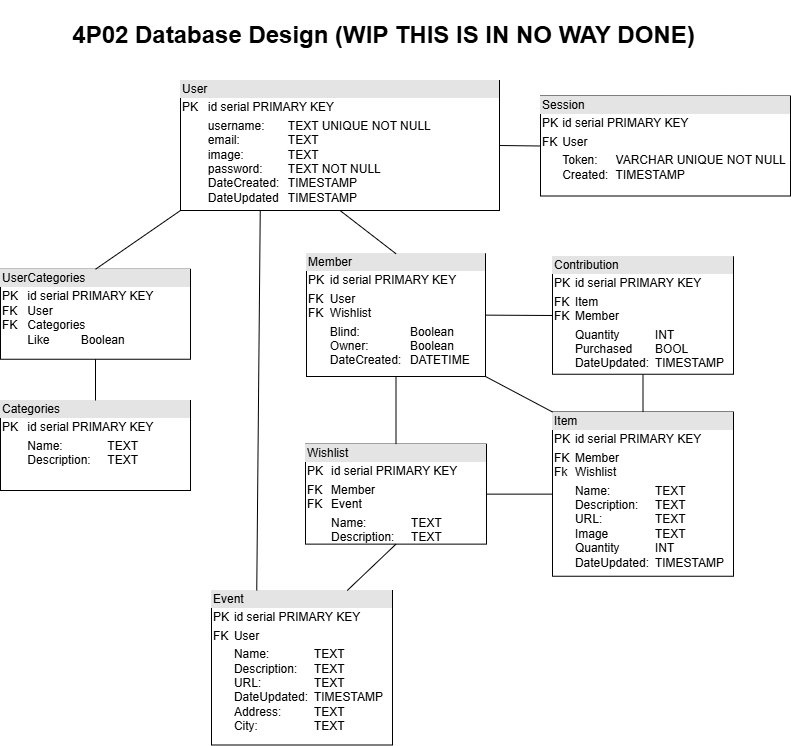
The draw.io diagram backend/4P02-Database-UML.png in Nicholas-Parise/4P02-course-project, before a commit. Source tidied: cells renumbered, new cells last; positions are measured from the earlier drawing's top-left corner, leaving out a move shared by most shapes.
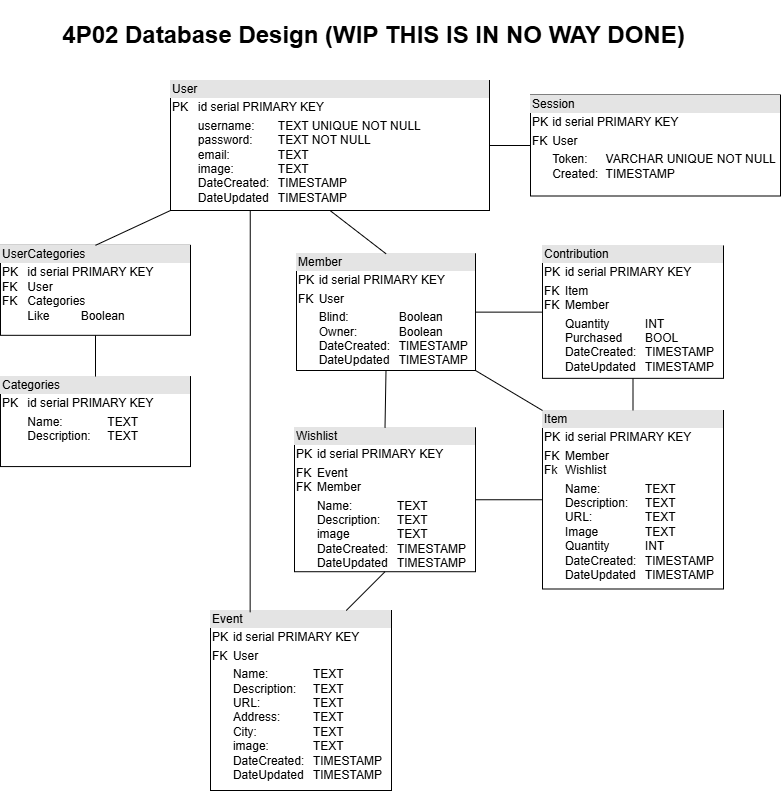
After the change.

Change to the diagram source:
```diff
@@ -2,17 +2,17 @@
   <root>
     <mxCell id="0" />
     <mxCell id="1" parent="0" />
-    <mxCell id="2" value="&lt;div style=&quot;box-sizing: border-box; width: 100%; background: rgb(228, 228, 228); padding: 2px;&quot;&gt;User&lt;/div&gt;&lt;table style=&quot;width:100%;font-size:1em;&quot; cellpadding=&quot;2&quot; cellspacing=&quot;0&quot;&gt;&lt;tbody&gt;&lt;tr&gt;&lt;td&gt;PK&lt;/td&gt;&lt;td&gt;id serial PRIMARY KEY&lt;/td&gt;&lt;/tr&gt;&lt;tr&gt;&lt;td&gt;&lt;br&gt;&lt;/td&gt;&lt;td&gt;username:&lt;span style=&quot;white-space: pre;&quot;&gt;&#9;&lt;/span&gt;TEXT&amp;nbsp;UNIQUE NOT NULL&lt;br&gt;email:&amp;nbsp;&lt;span style=&quot;white-space: pre;&quot;&gt;&#9;&lt;/span&gt;&lt;span style=&quot;white-space: pre;&quot;&gt;&#9;&lt;/span&gt;TEXT&lt;br&gt;image:&lt;span style=&quot;white-space: pre;&quot;&gt;&#9;&lt;/span&gt;&lt;span style=&quot;white-space: pre;&quot;&gt;&#9;&lt;/span&gt;TEXT&lt;br&gt;password:&lt;span style=&quot;white-space: pre;&quot;&gt;&#9;&lt;/span&gt;TEXT&amp;nbsp;NOT NULL&lt;br&gt;DateCreated:&lt;span style=&quot;white-space: pre;&quot;&gt;&#9;&lt;/span&gt;TIMESTAMP&lt;br&gt;DateUpdated&lt;span style=&quot;white-space: pre;&quot;&gt;&#9;&lt;/span&gt;TIMESTAMP&lt;/td&gt;&lt;/tr&gt;&lt;/tbody&gt;&lt;/table&gt;" style="verticalAlign=top;align=left;overflow=fill;html=1;whiteSpace=wrap;" parent="1" vertex="1">
+    <mxCell id="2" value="&lt;div style=&quot;box-sizing: border-box; width: 100%; background: rgb(228, 228, 228); padding: 2px;&quot;&gt;User&lt;/div&gt;&lt;table style=&quot;width:100%;font-size:1em;&quot; cellpadding=&quot;2&quot; cellspacing=&quot;0&quot;&gt;&lt;tbody&gt;&lt;tr&gt;&lt;td&gt;PK&lt;/td&gt;&lt;td&gt;id serial PRIMARY KEY&lt;/td&gt;&lt;/tr&gt;&lt;tr&gt;&lt;td&gt;&lt;br&gt;&lt;/td&gt;&lt;td&gt;username:&lt;span style=&quot;white-space: pre;&quot;&gt;&#9;&lt;/span&gt;TEXT&amp;nbsp;UNIQUE NOT NULL&lt;br&gt;password:&lt;span style=&quot;white-space: pre;&quot;&gt;&#9;&lt;/span&gt;TEXT&amp;nbsp;NOT NULL&lt;br&gt;email:&amp;nbsp;&lt;span style=&quot;white-space: pre;&quot;&gt;&#9;&lt;/span&gt;&lt;span style=&quot;white-space: pre;&quot;&gt;&#9;&lt;/span&gt;TEXT&lt;br&gt;image:&lt;span style=&quot;white-space: pre;&quot;&gt;&#9;&lt;/span&gt;&lt;span style=&quot;white-space: pre;&quot;&gt;&#9;&lt;/span&gt;TEXT&lt;br&gt;DateCreated:&lt;span style=&quot;white-space: pre;&quot;&gt;&#9;&lt;/span&gt;TIMESTAMP&lt;br&gt;DateUpdated&lt;span style=&quot;white-space: pre;&quot;&gt;&#9;&lt;/span&gt;TIMESTAMP&lt;/td&gt;&lt;/tr&gt;&lt;/tbody&gt;&lt;/table&gt;" style="verticalAlign=top;align=left;overflow=fill;html=1;whiteSpace=wrap;" parent="1" vertex="1">
       <mxGeometry x="180" y="80" width="319" height="130" as="geometry" />
     </mxCell>
-    <mxCell id="3" value="&lt;div style=&quot;box-sizing: border-box; width: 100%; background: rgb(228, 228, 228); padding: 2px;&quot;&gt;Item&lt;/div&gt;&lt;table style=&quot;width:100%;font-size:1em;&quot; cellpadding=&quot;2&quot; cellspacing=&quot;0&quot;&gt;&lt;tbody&gt;&lt;tr&gt;&lt;td&gt;PK&lt;/td&gt;&lt;td&gt;id serial PRIMARY KEY&lt;br&gt;&lt;/td&gt;&lt;/tr&gt;&lt;tr&gt;&lt;td&gt;FK&lt;br&gt;Fk&lt;/td&gt;&lt;td&gt;Member&lt;br&gt;Wishlist&lt;/td&gt;&lt;/tr&gt;&lt;tr&gt;&lt;td&gt;&lt;br&gt;&lt;/td&gt;&lt;td&gt;Name:&lt;span style=&quot;white-space: pre;&quot;&gt;&#9;&lt;span style=&quot;white-space: pre;&quot;&gt;&#9;&lt;/span&gt;&lt;/span&gt;TEXT&lt;br&gt;Description:&lt;span style=&quot;white-space: pre;&quot;&gt;&#9;&lt;/span&gt;TEXT&lt;br&gt;URL:&lt;span style=&quot;white-space: pre;&quot;&gt;&#9;&lt;span style=&quot;white-space: pre;&quot;&gt;&#9;&lt;/span&gt;&lt;/span&gt;TEXT&lt;br&gt;Image&lt;span style=&quot;white-space: pre;&quot;&gt;&#9;&lt;/span&gt;&lt;span style=&quot;white-space: pre;&quot;&gt;&#9;&lt;/span&gt;TEXT&lt;br&gt;Quantity&lt;span style=&quot;white-space: pre;&quot;&gt;&#9;&lt;/span&gt;&lt;span style=&quot;white-space: pre;&quot;&gt;&#9;&lt;/span&gt;INT&lt;br&gt;DateUpdated:&lt;span style=&quot;white-space: pre;&quot;&gt;&#9;&lt;/span&gt;TIMESTAMP&lt;/td&gt;&lt;/tr&gt;&lt;/tbody&gt;&lt;/table&gt;" style="verticalAlign=top;align=left;overflow=fill;html=1;whiteSpace=wrap;" parent="1" vertex="1">
-      <mxGeometry x="552" y="411.5" width="181" height="164.2" as="geometry" />
+    <mxCell id="3" value="&lt;div style=&quot;box-sizing: border-box; width: 100%; background: rgb(228, 228, 228); padding: 2px;&quot;&gt;Item&lt;/div&gt;&lt;table style=&quot;width:100%;font-size:1em;&quot; cellpadding=&quot;2&quot; cellspacing=&quot;0&quot;&gt;&lt;tbody&gt;&lt;tr&gt;&lt;td&gt;PK&lt;/td&gt;&lt;td&gt;id serial PRIMARY KEY&lt;br&gt;&lt;/td&gt;&lt;/tr&gt;&lt;tr&gt;&lt;td&gt;FK&lt;br&gt;Fk&lt;/td&gt;&lt;td&gt;Member&lt;br&gt;Wishlist&lt;/td&gt;&lt;/tr&gt;&lt;tr&gt;&lt;td&gt;&lt;br&gt;&lt;/td&gt;&lt;td&gt;Name:&lt;span style=&quot;white-space: pre;&quot;&gt;&#9;&lt;span style=&quot;white-space: pre;&quot;&gt;&#9;&lt;/span&gt;&lt;/span&gt;TEXT&lt;br&gt;Description:&lt;span style=&quot;white-space: pre;&quot;&gt;&#9;&lt;/span&gt;TEXT&lt;br&gt;URL:&lt;span style=&quot;white-space: pre;&quot;&gt;&#9;&lt;span style=&quot;white-space: pre;&quot;&gt;&#9;&lt;/span&gt;&lt;/span&gt;TEXT&lt;br&gt;Image&lt;span style=&quot;white-space: pre;&quot;&gt;&#9;&lt;/span&gt;&lt;span style=&quot;white-space: pre;&quot;&gt;&#9;&lt;/span&gt;TEXT&lt;br&gt;Quantity&lt;span style=&quot;white-space: pre;&quot;&gt;&#9;&lt;/span&gt;&lt;span style=&quot;white-space: pre;&quot;&gt;&#9;&lt;/span&gt;INT&lt;br&gt;DateCreated:&lt;span style=&quot;white-space: pre;&quot;&gt;&#9;&lt;/span&gt;TIMESTAMP&lt;br&gt;DateUpdated&lt;span style=&quot;white-space: pre;&quot;&gt;&#9;&lt;/span&gt;TIMESTAMP&lt;/td&gt;&lt;/tr&gt;&lt;/tbody&gt;&lt;/table&gt;" style="verticalAlign=top;align=left;overflow=fill;html=1;whiteSpace=wrap;" parent="1" vertex="1">
+      <mxGeometry x="552" y="410" width="181" height="178.5" as="geometry" />
     </mxCell>
     <mxCell id="4" value="&lt;div style=&quot;box-sizing: border-box; width: 100%; background: rgb(228, 228, 228); padding: 2px;&quot;&gt;Categories&lt;/div&gt;&lt;table style=&quot;width:100%;font-size:1em;&quot; cellpadding=&quot;2&quot; cellspacing=&quot;0&quot;&gt;&lt;tbody&gt;&lt;tr&gt;&lt;td&gt;PK&lt;br&gt;&lt;/td&gt;&lt;td&gt;id serial PRIMARY KEY&lt;br&gt;&lt;/td&gt;&lt;/tr&gt;&lt;tr&gt;&lt;td&gt;&lt;br&gt;&lt;/td&gt;&lt;td&gt;Name:&lt;span style=&quot;white-space: pre;&quot;&gt;&#9;&lt;span style=&quot;white-space: pre;&quot;&gt;&#9;&lt;/span&gt;&lt;/span&gt;TEXT&lt;br&gt;Description:&lt;span style=&quot;white-space: pre;&quot;&gt;&#9;&lt;/span&gt;TEXT&lt;br&gt;&lt;/td&gt;&lt;/tr&gt;&lt;tr&gt;&lt;td&gt;&lt;/td&gt;&lt;td&gt;&lt;br&gt;&lt;/td&gt;&lt;/tr&gt;&lt;/tbody&gt;&lt;/table&gt;" style="verticalAlign=top;align=left;overflow=fill;html=1;whiteSpace=wrap;" parent="1" vertex="1">
-      <mxGeometry y="400" width="190" height="90" as="geometry" />
+      <mxGeometry x="10" y="376.1" width="190" height="90" as="geometry" />
     </mxCell>
     <mxCell id="5" value="&lt;div style=&quot;box-sizing: border-box; width: 100%; background: rgb(228, 228, 228); padding: 2px;&quot;&gt;UserCategories&lt;/div&gt;&lt;table style=&quot;width:100%;font-size:1em;&quot; cellpadding=&quot;2&quot; cellspacing=&quot;0&quot;&gt;&lt;tbody&gt;&lt;tr&gt;&lt;td&gt;PK&lt;br&gt;FK&lt;br&gt;FK&lt;br&gt;&lt;br&gt;&lt;/td&gt;&lt;td&gt;id serial PRIMARY KEY&lt;br&gt;User&lt;br&gt;Categories&lt;br&gt;Like&lt;span style=&quot;white-space: pre;&quot;&gt;&#9;&lt;/span&gt;&lt;span style=&quot;white-space: pre;&quot;&gt;&#9;&lt;/span&gt;Boolean&lt;/td&gt;&lt;/tr&gt;&lt;tr&gt;&lt;td&gt;&lt;/td&gt;&lt;td&gt;&lt;br&gt;&lt;/td&gt;&lt;/tr&gt;&lt;/tbody&gt;&lt;/table&gt;" style="verticalAlign=top;align=left;overflow=fill;html=1;whiteSpace=wrap;" parent="1" vertex="1">
-      <mxGeometry y="268.8" width="190" height="90" as="geometry" />
+      <mxGeometry x="10" y="244.8" width="190" height="90" as="geometry" />
     </mxCell>
     <mxCell id="6" style="endArrow=none;html=1;rounded=0;exitX=0;exitY=1;exitDx=0;exitDy=0;entryX=0.5;entryY=0;entryDx=0;entryDy=0;" parent="1" edge="1" source="2" target="5">
       <mxGeometry relative="1" as="geometry" />
@@ -24,28 +24,28 @@
       <mxGeometry relative="1" as="geometry" />
     </mxCell>
     <mxCell id="9" value="&lt;div style=&quot;box-sizing: border-box; width: 100%; background: rgb(228, 228, 228); padding: 2px;&quot;&gt;Session&lt;/div&gt;&lt;table style=&quot;width:100%;font-size:1em;&quot; cellpadding=&quot;2&quot; cellspacing=&quot;0&quot;&gt;&lt;tbody&gt;&lt;tr&gt;&lt;td&gt;PK&lt;/td&gt;&lt;td&gt;id serial PRIMARY KEY&lt;br&gt;&lt;/td&gt;&lt;/tr&gt;&lt;tr&gt;&lt;td&gt;FK&lt;br&gt;&lt;/td&gt;&lt;td&gt;User&lt;/td&gt;&lt;/tr&gt;&lt;tr&gt;&lt;td&gt;&lt;/td&gt;&lt;td&gt;Token:&lt;span style=&quot;white-space: pre;&quot;&gt;&lt;span style=&quot;white-space: pre;&quot;&gt;&#9;&lt;/span&gt;&lt;/span&gt;VARCHAR UNIQUE NOT NULL&lt;br&gt;Created:&amp;nbsp;&lt;span style=&quot;white-space: pre;&quot;&gt;&#9;&lt;/span&gt;TIMESTAMP&lt;/td&gt;&lt;/tr&gt;&lt;/tbody&gt;&lt;/table&gt;" style="verticalAlign=top;align=left;overflow=fill;html=1;whiteSpace=wrap;" parent="1" vertex="1">
-      <mxGeometry x="540" y="95.5" width="250" height="100" as="geometry" />
+      <mxGeometry x="540" y="94.5" width="250" height="101" as="geometry" />
     </mxCell>
     <mxCell id="10" style="endArrow=none;html=1;rounded=0;exitX=0;exitY=0.5;exitDx=0;exitDy=0;entryX=1;entryY=0.5;entryDx=0;entryDy=0;" parent="1" edge="1" source="9" target="2">
       <mxGeometry relative="1" as="geometry" />
     </mxCell>
-    <mxCell id="11" value="&lt;div style=&quot;box-sizing: border-box; width: 100%; background: rgb(228, 228, 228); padding: 2px;&quot;&gt;Member&lt;/div&gt;&lt;table style=&quot;width:100%;font-size:1em;&quot; cellpadding=&quot;2&quot; cellspacing=&quot;0&quot;&gt;&lt;tbody&gt;&lt;tr&gt;&lt;td&gt;PK&lt;/td&gt;&lt;td&gt;id serial PRIMARY KEY&lt;/td&gt;&lt;/tr&gt;&lt;tr&gt;&lt;td&gt;FK&lt;br&gt;FK&lt;/td&gt;&lt;td&gt;User&lt;br&gt;Wishlist&lt;/td&gt;&lt;/tr&gt;&lt;tr&gt;&lt;td&gt;&lt;br&gt;&lt;/td&gt;&lt;td&gt;Blind: &lt;span style=&quot;white-space: pre;&quot;&gt;&#9;&lt;span style=&quot;white-space: pre;&quot;&gt;&#9;&lt;/span&gt;&lt;/span&gt;Boolean&lt;br&gt;Owner:&lt;span style=&quot;white-space: pre;&quot;&gt;&#9;&lt;/span&gt;&lt;span style=&quot;white-space: pre;&quot;&gt;&#9;&lt;/span&gt;Boolean&lt;br&gt;DateCreated:&lt;span style=&quot;white-space: pre;&quot;&gt;&#9;&lt;/span&gt;DATETIME&lt;/td&gt;&lt;/tr&gt;&lt;/tbody&gt;&lt;/table&gt;" style="verticalAlign=top;align=left;overflow=fill;html=1;whiteSpace=wrap;" parent="1" vertex="1">
-      <mxGeometry x="306" y="253.2" width="179" height="122.8" as="geometry" />
+    <mxCell id="11" value="&lt;div style=&quot;box-sizing: border-box; width: 100%; background: rgb(228, 228, 228); padding: 2px;&quot;&gt;Member&lt;/div&gt;&lt;table style=&quot;width:100%;font-size:1em;&quot; cellpadding=&quot;2&quot; cellspacing=&quot;0&quot;&gt;&lt;tbody&gt;&lt;tr&gt;&lt;td&gt;PK&lt;/td&gt;&lt;td&gt;id serial PRIMARY KEY&lt;/td&gt;&lt;/tr&gt;&lt;tr&gt;&lt;td&gt;FK&lt;br&gt;&lt;/td&gt;&lt;td&gt;User&lt;br&gt;&lt;/td&gt;&lt;/tr&gt;&lt;tr&gt;&lt;td&gt;&lt;br&gt;&lt;/td&gt;&lt;td&gt;Blind: &lt;span style=&quot;white-space: pre;&quot;&gt;&#9;&lt;span style=&quot;white-space: pre;&quot;&gt;&#9;&lt;/span&gt;&lt;/span&gt;Boolean&lt;br&gt;Owner:&lt;span style=&quot;white-space: pre;&quot;&gt;&#9;&lt;/span&gt;&lt;span style=&quot;white-space: pre;&quot;&gt;&#9;&lt;/span&gt;Boolean&lt;br&gt;DateCreated:&lt;span style=&quot;white-space: pre;&quot;&gt;&#9;&lt;/span&gt;TIMESTAMP&lt;br&gt;DateUpdated&lt;span style=&quot;white-space: pre;&quot;&gt;&#9;&lt;/span&gt;TIMESTAMP&lt;/td&gt;&lt;/tr&gt;&lt;/tbody&gt;&lt;/table&gt;" style="verticalAlign=top;align=left;overflow=fill;html=1;whiteSpace=wrap;" parent="1" vertex="1">
+      <mxGeometry x="306" y="253.2" width="179" height="116.8" as="geometry" />
     </mxCell>
     <mxCell id="12" style="endArrow=none;html=1;rounded=0;entryX=0.5;entryY=0;entryDx=0;entryDy=0;exitX=0.5;exitY=1;exitDx=0;exitDy=0;" parent="1" edge="1" source="2" target="11">
       <mxGeometry relative="1" as="geometry" />
     </mxCell>
-    <mxCell id="13" value="&lt;div style=&quot;box-sizing: border-box; width: 100%; background: rgb(228, 228, 228); padding: 2px;&quot;&gt;Event&lt;/div&gt;&lt;table style=&quot;width:100%;font-size:1em;&quot; cellpadding=&quot;2&quot; cellspacing=&quot;0&quot;&gt;&lt;tbody&gt;&lt;tr&gt;&lt;td&gt;PK&lt;/td&gt;&lt;td&gt;id serial PRIMARY KEY&lt;br&gt;&lt;/td&gt;&lt;/tr&gt;&lt;tr&gt;&lt;td&gt;FK&lt;br&gt;&lt;/td&gt;&lt;td&gt;User&lt;br&gt;&lt;/td&gt;&lt;/tr&gt;&lt;tr&gt;&lt;td&gt;&lt;br&gt;&lt;/td&gt;&lt;td&gt;Name:&lt;span style=&quot;white-space: pre;&quot;&gt;&#9;&lt;span style=&quot;white-space: pre;&quot;&gt;&#9;&lt;/span&gt;&lt;/span&gt;TEXT&lt;br&gt;Description:&lt;span style=&quot;white-space: pre;&quot;&gt;&#9;&lt;/span&gt;TEXT&lt;br&gt;URL:&lt;span style=&quot;white-space: pre;&quot;&gt;&#9;&lt;span style=&quot;white-space: pre;&quot;&gt;&#9;&lt;/span&gt;&lt;/span&gt;TEXT&lt;br&gt;DateUpdated:&lt;span style=&quot;white-space: pre;&quot;&gt;&#9;&lt;/span&gt;TIMESTAMP&lt;br&gt;Address:&amp;nbsp;&lt;span style=&quot;white-space: pre;&quot;&gt;&#9;&lt;span style=&quot;white-space: pre;&quot;&gt;&#9;&lt;/span&gt;&lt;/span&gt;TEXT&lt;br&gt;City:&amp;nbsp;&lt;span style=&quot;white-space: pre;&quot;&gt;&#9;&lt;span style=&quot;white-space: pre;&quot;&gt;&#9;&lt;/span&gt;&lt;/span&gt;TEXT&lt;/td&gt;&lt;/tr&gt;&lt;/tbody&gt;&lt;/table&gt;" style="verticalAlign=top;align=left;overflow=fill;html=1;whiteSpace=wrap;" parent="1" vertex="1">
-      <mxGeometry x="211" y="590" width="181" height="154.5" as="geometry" />
+    <mxCell id="13" value="&lt;div style=&quot;box-sizing: border-box; width: 100%; background: rgb(228, 228, 228); padding: 2px;&quot;&gt;Event&lt;/div&gt;&lt;table style=&quot;width:100%;font-size:1em;&quot; cellpadding=&quot;2&quot; cellspacing=&quot;0&quot;&gt;&lt;tbody&gt;&lt;tr&gt;&lt;td&gt;PK&lt;/td&gt;&lt;td&gt;id serial PRIMARY KEY&lt;br&gt;&lt;/td&gt;&lt;/tr&gt;&lt;tr&gt;&lt;td&gt;FK&lt;br&gt;&lt;/td&gt;&lt;td&gt;User&lt;br&gt;&lt;/td&gt;&lt;/tr&gt;&lt;tr&gt;&lt;td&gt;&lt;br&gt;&lt;/td&gt;&lt;td&gt;Name:&lt;span style=&quot;white-space: pre;&quot;&gt;&#9;&lt;span style=&quot;white-space: pre;&quot;&gt;&#9;&lt;/span&gt;&lt;/span&gt;TEXT&lt;br&gt;Description:&lt;span style=&quot;white-space: pre;&quot;&gt;&#9;&lt;/span&gt;TEXT&lt;br&gt;URL:&lt;span style=&quot;white-space: pre;&quot;&gt;&#9;&lt;span style=&quot;white-space: pre;&quot;&gt;&#9;&lt;/span&gt;&lt;/span&gt;TEXT&lt;br&gt;Address:&amp;nbsp;&lt;span style=&quot;white-space: pre;&quot;&gt;&#9;&lt;span style=&quot;white-space: pre;&quot;&gt;&#9;&lt;/span&gt;&lt;/span&gt;TEXT&lt;br&gt;City:&amp;nbsp;&lt;span style=&quot;white-space: pre;&quot;&gt;&#9;&lt;span style=&quot;white-space: pre;&quot;&gt;&#9;&lt;/span&gt;&lt;/span&gt;TEXT&lt;br&gt;image:&amp;nbsp;&lt;span style=&quot;white-space: pre;&quot;&gt;&#9;&lt;/span&gt;&lt;span style=&quot;white-space: pre;&quot;&gt;&#9;&lt;/span&gt;TEXT&lt;br&gt;DateCreated:&lt;span style=&quot;white-space: pre;&quot;&gt;&#9;&lt;/span&gt;TIMESTAMP&lt;br&gt;DateUpdated&lt;span style=&quot;white-space: pre;&quot;&gt;&#9;&lt;/span&gt;TIMESTAMP&lt;/td&gt;&lt;/tr&gt;&lt;/tbody&gt;&lt;/table&gt;" style="verticalAlign=top;align=left;overflow=fill;html=1;whiteSpace=wrap;" parent="1" vertex="1">
+      <mxGeometry x="220" y="610" width="181" height="180" as="geometry" />
     </mxCell>
     <mxCell id="14" value="&lt;h1&gt;4P02 Database Design (WIP THIS IS IN NO WAY DONE)&lt;/h1&gt;" style="text;html=1;align=center;verticalAlign=middle;strokeColor=none;fillColor=none;shadow=0;" parent="1" vertex="1">
       <mxGeometry x="58" width="650" height="70" as="geometry" />
     </mxCell>
-    <mxCell id="15" value="&lt;div style=&quot;box-sizing: border-box; width: 100%; background: rgb(228, 228, 228); padding: 2px;&quot;&gt;Contribution&lt;/div&gt;&lt;table style=&quot;width:100%;font-size:1em;&quot; cellpadding=&quot;2&quot; cellspacing=&quot;0&quot;&gt;&lt;tbody&gt;&lt;tr&gt;&lt;td&gt;PK&lt;/td&gt;&lt;td&gt;id serial PRIMARY KEY&lt;br&gt;&lt;/td&gt;&lt;/tr&gt;&lt;tr&gt;&lt;td&gt;FK&lt;br&gt;FK&lt;/td&gt;&lt;td&gt;Item&lt;br&gt;Member&lt;/td&gt;&lt;/tr&gt;&lt;tr&gt;&lt;td&gt;&lt;br&gt;&lt;/td&gt;&lt;td&gt;Quantity&lt;span style=&quot;white-space: pre;&quot;&gt;&#9;&lt;/span&gt;&lt;span style=&quot;white-space: pre;&quot;&gt;&#9;&lt;/span&gt;INT&lt;br&gt;Purchased&lt;span style=&quot;white-space: pre;&quot;&gt;&#9;&lt;/span&gt;BOOL&lt;br&gt;DateUpdated:&lt;span style=&quot;white-space: pre;&quot;&gt;&#9;&lt;/span&gt;TIMESTAMP&lt;/td&gt;&lt;/tr&gt;&lt;/tbody&gt;&lt;/table&gt;" style="verticalAlign=top;align=left;overflow=fill;html=1;whiteSpace=wrap;" parent="1" vertex="1">
-      <mxGeometry x="552" y="256.2" width="181" height="117.5" as="geometry" />
+    <mxCell id="15" value="&lt;div style=&quot;box-sizing: border-box; width: 100%; background: rgb(228, 228, 228); padding: 2px;&quot;&gt;Contribution&lt;/div&gt;&lt;table style=&quot;width:100%;font-size:1em;&quot; cellpadding=&quot;2&quot; cellspacing=&quot;0&quot;&gt;&lt;tbody&gt;&lt;tr&gt;&lt;td&gt;PK&lt;/td&gt;&lt;td&gt;id serial PRIMARY KEY&lt;br&gt;&lt;/td&gt;&lt;/tr&gt;&lt;tr&gt;&lt;td&gt;FK&lt;br&gt;FK&lt;/td&gt;&lt;td&gt;Item&lt;br&gt;Member&lt;/td&gt;&lt;/tr&gt;&lt;tr&gt;&lt;td&gt;&lt;br&gt;&lt;/td&gt;&lt;td&gt;Quantity&lt;span style=&quot;white-space: pre;&quot;&gt;&#9;&lt;/span&gt;&lt;span style=&quot;white-space: pre;&quot;&gt;&#9;&lt;/span&gt;INT&lt;br&gt;Purchased&lt;span style=&quot;white-space: pre;&quot;&gt;&#9;&lt;/span&gt;BOOL&lt;br&gt;DateCreated:&lt;span style=&quot;white-space: pre;&quot;&gt;&#9;&lt;/span&gt;TIMESTAMP&lt;br&gt;DateUpdated&lt;span style=&quot;white-space: pre;&quot;&gt;&#9;&lt;/span&gt;TIMESTAMP&lt;/td&gt;&lt;/tr&gt;&lt;/tbody&gt;&lt;/table&gt;" style="verticalAlign=top;align=left;overflow=fill;html=1;whiteSpace=wrap;" parent="1" vertex="1">
+      <mxGeometry x="552" y="245.4" width="181" height="132.4" as="geometry" />
     </mxCell>
-    <mxCell id="16" value="&lt;div style=&quot;box-sizing: border-box; width: 100%; background: rgb(228, 228, 228); padding: 2px;&quot;&gt;Wishlist&lt;/div&gt;&lt;table style=&quot;width:100%;font-size:1em;&quot; cellpadding=&quot;2&quot; cellspacing=&quot;0&quot;&gt;&lt;tbody&gt;&lt;tr&gt;&lt;td&gt;PK&lt;/td&gt;&lt;td&gt;id serial PRIMARY KEY&lt;br&gt;&lt;/td&gt;&lt;/tr&gt;&lt;tr&gt;&lt;td&gt;FK&lt;br&gt;FK&lt;/td&gt;&lt;td&gt;Member&lt;br&gt;Event&lt;/td&gt;&lt;/tr&gt;&lt;tr&gt;&lt;td&gt;&lt;br&gt;&lt;/td&gt;&lt;td&gt;Name:&lt;span style=&quot;white-space: pre;&quot;&gt;&#9;&lt;span style=&quot;white-space: pre;&quot;&gt;&#9;&lt;/span&gt;&lt;/span&gt;TEXT&lt;br&gt;Description:&lt;span style=&quot;white-space: pre;&quot;&gt;&#9;&lt;/span&gt;TEXT&lt;br&gt;&lt;br&gt;&lt;/td&gt;&lt;/tr&gt;&lt;/tbody&gt;&lt;/table&gt;" style="verticalAlign=top;align=left;overflow=fill;html=1;whiteSpace=wrap;" parent="1" vertex="1">
-      <mxGeometry x="305" y="443.6" width="181" height="100" as="geometry" />
+    <mxCell id="16" value="&lt;div style=&quot;box-sizing: border-box; width: 100%; background: rgb(228, 228, 228); padding: 2px;&quot;&gt;Wishlist&lt;/div&gt;&lt;table style=&quot;width:100%;font-size:1em;&quot; cellpadding=&quot;2&quot; cellspacing=&quot;0&quot;&gt;&lt;tbody&gt;&lt;tr&gt;&lt;td&gt;PK&lt;/td&gt;&lt;td&gt;id serial PRIMARY KEY&lt;br&gt;&lt;/td&gt;&lt;/tr&gt;&lt;tr&gt;&lt;td&gt;FK&lt;br&gt;FK&lt;/td&gt;&lt;td&gt;Event&lt;br&gt;Member&lt;/td&gt;&lt;/tr&gt;&lt;tr&gt;&lt;td&gt;&lt;br&gt;&lt;/td&gt;&lt;td&gt;Name:&lt;span style=&quot;white-space: pre;&quot;&gt;&#9;&lt;span style=&quot;white-space: pre;&quot;&gt;&#9;&lt;/span&gt;&lt;/span&gt;TEXT&lt;br&gt;Description:&lt;span style=&quot;white-space: pre;&quot;&gt;&#9;&lt;/span&gt;TEXT&lt;br&gt;image &lt;span style=&quot;white-space: pre;&quot;&gt;&#9;&lt;/span&gt;&lt;span style=&quot;white-space: pre;&quot;&gt;&#9;&lt;/span&gt;TEXT&lt;br&gt;DateCreated:&lt;span style=&quot;white-space: pre;&quot;&gt;&#9;&lt;/span&gt;TIMESTAMP&lt;br&gt;DateUpdated&lt;span style=&quot;white-space: pre;&quot;&gt;&#9;&lt;/span&gt;TIMESTAMP&lt;br&gt;&lt;br&gt;&lt;/td&gt;&lt;/tr&gt;&lt;/tbody&gt;&lt;/table&gt;" style="verticalAlign=top;align=left;overflow=fill;html=1;whiteSpace=wrap;" parent="1" vertex="1">
+      <mxGeometry x="304" y="427.3" width="181" height="143.9" as="geometry" />
     </mxCell>
     <mxCell id="17" style="endArrow=none;html=1;rounded=0;entryX=0.5;entryY=1;entryDx=0;entryDy=0;exitX=0.5;exitY=0;exitDx=0;exitDy=0;" parent="1" edge="1" source="3" target="15">
       <mxGeometry relative="1" as="geometry" />
@@ -62,7 +62,7 @@
     <mxCell id="21" style="endArrow=none;html=1;rounded=0;entryX=1;entryY=1;entryDx=0;entryDy=0;exitX=0;exitY=0;exitDx=0;exitDy=0;" parent="1" edge="1" source="3" target="11">
       <mxGeometry relative="1" as="geometry" />
     </mxCell>
-    <mxCell id="22" style="endArrow=none;html=1;rounded=0;entryX=0.25;entryY=0;entryDx=0;entryDy=0;exitX=0.25;exitY=1;exitDx=0;exitDy=0;" parent="1" edge="1" source="2" target="13">
+    <mxCell id="22" style="endArrow=none;html=1;rounded=0;entryX=0.219;entryY=0.01;entryDx=0;entryDy=0;exitX=0.25;exitY=1;exitDx=0;exitDy=0;entryPerimeter=0;" parent="1" edge="1" source="2" target="13">
       <mxGeometry relative="1" as="geometry" />
     </mxCell>
   </root>
```
